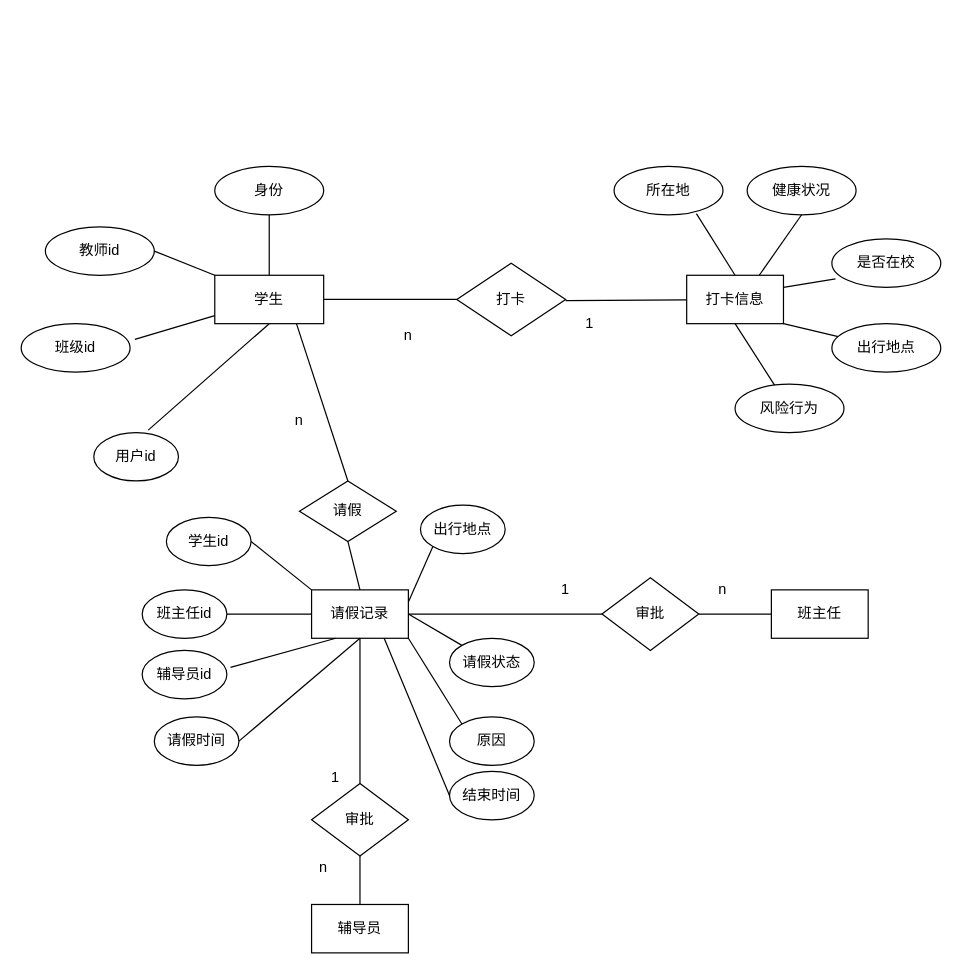
Earlier version of the draw.io diagram 打卡ER图.drawio (mjf-shannanshuibei/Photograph). Source tidied: cells renumbered, new cells numbered last; positions are measured from the earlier drawing's top-left corner, leaving out a move shared by most shapes. Both pictures are drawn from the tidied source at 121%, with x=0, y=0 at pixel (21, 166).
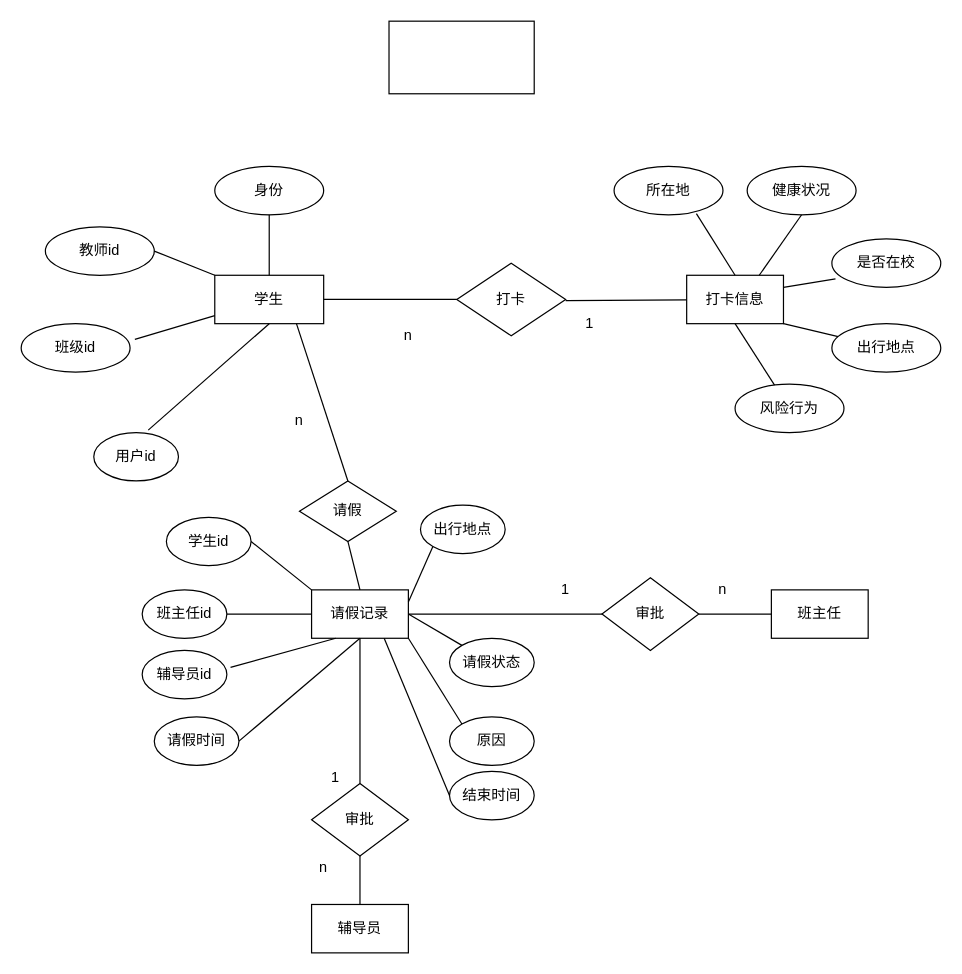
The same page after the edit.

Commit message (it also covers changes not shown here):
更新打卡ER图.drawio

The edit, as a diff of the source:
```diff
@@
+    <mxCell id="60" style="rounded=0;whiteSpace=wrap;html=1;" parent="1" vertex="1">
+      <mxGeometry x="304" y="-120" width="120" height="60" as="geometry" />
+    </mxCell>
```
